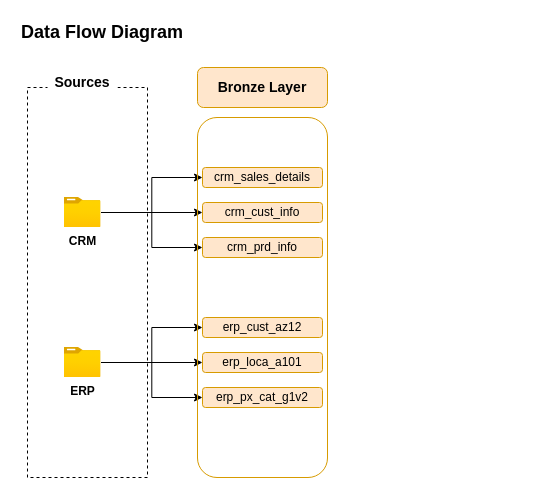
Above: docs/data_flow.drawio in Bhavya-02022000/DWH_project (draw.io), before the change. Source tidied: cells renumbered, new cells numbered last; positions are measured from the earlier drawing's top-left corner, leaving out a move shared by most shapes. Both pictures are drawn from the tidied source at 100%, with x=0, y=0 at pixel (17, 17).
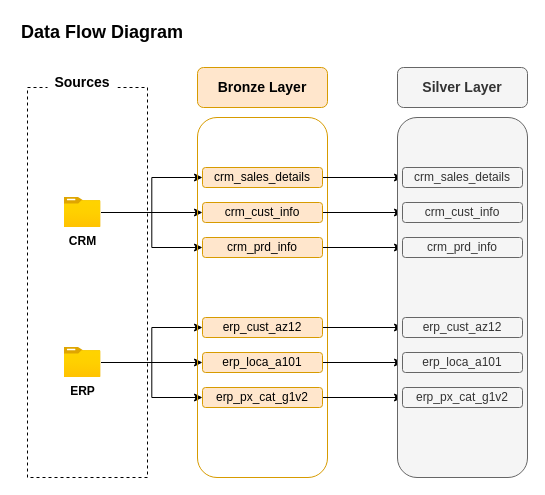
The same page after the edit.

The change refers to these unchanged cells:
```xml
<mxCell id="15" value="&lt;font style=&quot;font-size: 12px;&quot;&gt;crm_sales_details&lt;/font&gt;" style="rounded=1;whiteSpace=wrap;html=1;fillColor=#ffe6cc;strokeColor=#d79b00;" parent="1" vertex="1">
  <mxGeometry x="185" y="150" width="120" height="20" as="geometry" />
</mxCell>
<mxCell id="16" value="&lt;font style=&quot;font-size: 12px;&quot;&gt;crm_cust_info&lt;/font&gt;" style="rounded=1;whiteSpace=wrap;html=1;fillColor=#ffe6cc;strokeColor=#d79b00;" parent="1" vertex="1">
  <mxGeometry x="185" y="185" width="120" height="20" as="geometry" />
</mxCell>
<mxCell id="17" value="&lt;font style=&quot;font-size: 12px;&quot;&gt;crm_prd_info&lt;/font&gt;" style="rounded=1;whiteSpace=wrap;html=1;fillColor=#ffe6cc;strokeColor=#d79b00;" parent="1" vertex="1">
  <mxGeometry x="185" y="220" width="120" height="20" as="geometry" />
</mxCell>
<mxCell id="18" value="&lt;font style=&quot;font-size: 12px;&quot;&gt;erp_cust_az12&lt;/font&gt;" style="rounded=1;whiteSpace=wrap;html=1;fillColor=#ffe6cc;strokeColor=#d79b00;" parent="1" vertex="1">
  <mxGeometry x="185" y="300" width="120" height="20" as="geometry" />
</mxCell>
<mxCell id="19" value="erp_loca_a101" style="rounded=1;whiteSpace=wrap;html=1;fillColor=#ffe6cc;strokeColor=#d79b00;" parent="1" vertex="1">
  <mxGeometry x="185" y="335" width="120" height="20" as="geometry" />
</mxCell>
<mxCell id="20" value="&lt;font style=&quot;font-size: 12px;&quot;&gt;erp_px_cat_g1v2&lt;/font&gt;" style="rounded=1;whiteSpace=wrap;html=1;fillColor=#ffe6cc;strokeColor=#d79b00;" parent="1" vertex="1">
  <mxGeometry x="185" y="370" width="120" height="20" as="geometry" />
</mxCell>
```

What changed in the source:
```diff
@@
+    <mxCell id="21" style="edgeStyle=orthogonalEdgeStyle;rounded=0;jettySize=auto;html=1;entryX=0;entryY=0.5;entryDx=0;entryDy=0;" parent="1" edge="1" source="15" target="29">
+      <mxGeometry relative="1" as="geometry" />
+    </mxCell>
@@
+    <mxCell id="22" style="edgeStyle=orthogonalEdgeStyle;rounded=0;jettySize=auto;html=1;entryX=0;entryY=0.5;entryDx=0;entryDy=0;" parent="1" edge="1" source="16" target="30">
+      <mxGeometry relative="1" as="geometry" />
+    </mxCell>
@@
+    <mxCell id="23" style="edgeStyle=orthogonalEdgeStyle;rounded=0;jettySize=auto;html=1;entryX=0;entryY=0.5;entryDx=0;entryDy=0;" parent="1" edge="1" source="17" target="31">
+      <mxGeometry relative="1" as="geometry" />
+    </mxCell>
@@
+    <mxCell id="24" style="edgeStyle=orthogonalEdgeStyle;rounded=0;jettySize=auto;html=1;entryX=0;entryY=0.5;entryDx=0;entryDy=0;" parent="1" edge="1" source="18" target="32">
+      <mxGeometry relative="1" as="geometry" />
+    </mxCell>
@@
+    <mxCell id="25" style="edgeStyle=orthogonalEdgeStyle;rounded=0;jettySize=auto;html=1;entryX=0;entryY=0.5;entryDx=0;entryDy=0;" parent="1" edge="1" source="19" target="33">
+      <mxGeometry relative="1" as="geometry" />
+    </mxCell>
@@
+    <mxCell id="26" style="edgeStyle=orthogonalEdgeStyle;rounded=0;jettySize=auto;html=1;" parent="1" edge="1" source="20" target="34">
+      <mxGeometry relative="1" as="geometry" />
+    </mxCell>
@@
+    <mxCell id="27" style="rounded=1;whiteSpace=wrap;html=1;fillColor=#f5f5f5;strokeColor=#666666;fontColor=#333333;" parent="1" vertex="1">
+      <mxGeometry x="380" y="100" width="130" height="360" as="geometry" />
+    </mxCell>
+    <mxCell id="28" value="&lt;b&gt;&lt;font style=&quot;font-size: 14px;&quot;&gt;Silver Layer&lt;/font&gt;&lt;/b&gt;" style="rounded=1;whiteSpace=wrap;html=1;fillColor=#f5f5f5;strokeColor=#666666;fontColor=#333333;" parent="1" vertex="1">
+      <mxGeometry x="380" y="50" width="130" height="40" as="geometry" />
+    </mxCell>
+    <mxCell id="29" value="&lt;font style=&quot;font-size: 12px;&quot;&gt;crm_sales_details&lt;/font&gt;" style="rounded=1;whiteSpace=wrap;html=1;fillColor=#f5f5f5;strokeColor=#666666;fontColor=#333333;" parent="1" vertex="1">
+      <mxGeometry x="385" y="150" width="120" height="20" as="geometry" />
+    </mxCell>
+    <mxCell id="30" value="&lt;font style=&quot;font-size: 12px;&quot;&gt;crm_cust_info&lt;/font&gt;" style="rounded=1;whiteSpace=wrap;html=1;fillColor=#f5f5f5;strokeColor=#666666;fontColor=#333333;" parent="1" vertex="1">
+      <mxGeometry x="385" y="185" width="120" height="20" as="geometry" />
+    </mxCell>
+    <mxCell id="31" value="&lt;font style=&quot;font-size: 12px;&quot;&gt;crm_prd_info&lt;/font&gt;" style="rounded=1;whiteSpace=wrap;html=1;fillColor=#f5f5f5;strokeColor=#666666;fontColor=#333333;" parent="1" vertex="1">
+      <mxGeometry x="385" y="220" width="120" height="20" as="geometry" />
+    </mxCell>
+    <mxCell id="32" value="&lt;font style=&quot;font-size: 12px;&quot;&gt;erp_cust_az12&lt;/font&gt;" style="rounded=1;whiteSpace=wrap;html=1;fillColor=#f5f5f5;strokeColor=#666666;fontColor=#333333;" parent="1" vertex="1">
+      <mxGeometry x="385" y="300" width="120" height="20" as="geometry" />
+    </mxCell>
+    <mxCell id="33" value="erp_loca_a101" style="rounded=1;whiteSpace=wrap;html=1;fillColor=#f5f5f5;strokeColor=#666666;fontColor=#333333;" parent="1" vertex="1">
+      <mxGeometry x="385" y="335" width="120" height="20" as="geometry" />
+    </mxCell>
+    <mxCell id="34" value="&lt;font style=&quot;font-size: 12px;&quot;&gt;erp_px_cat_g1v2&lt;/font&gt;" style="rounded=1;whiteSpace=wrap;html=1;fillColor=#f5f5f5;strokeColor=#666666;fontColor=#333333;" parent="1" vertex="1">
+      <mxGeometry x="385" y="370" width="120" height="20" as="geometry" />
+    </mxCell>
```
